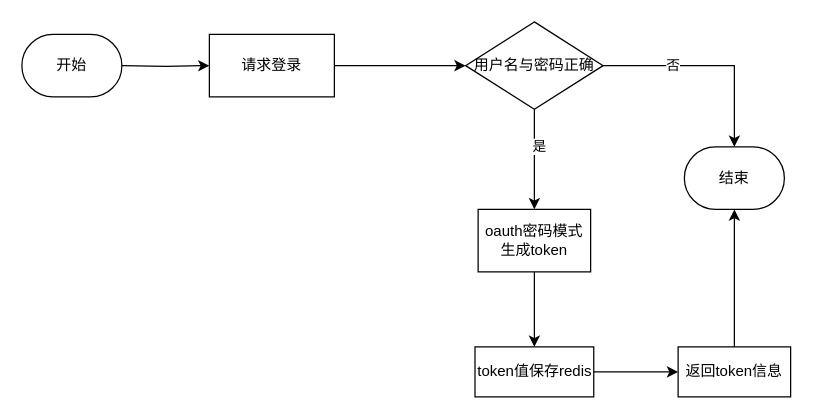
The draw.io diagram drawio/nct_oauth_arch.drawio in hl3482477/BigDataLearnIng, before the edit. Source tidied: cells renumbered, new cells numbered last; positions are measured from the earlier drawing's top-left corner, leaving out a move shared by most shapes. Both pictures are drawn from the tidied source at 125%, with x=0, y=0 at pixel (21, 21).
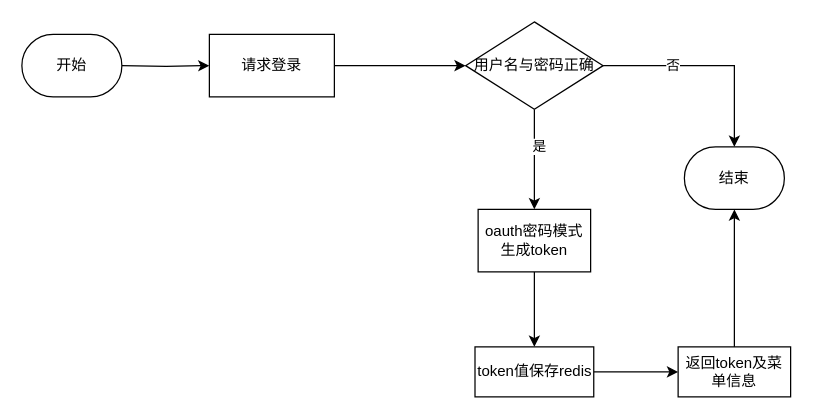
The same page after the edit.

What changed in the source:
```diff
@@
 <mxGraphModel>
   <root>
     <mxCell id="0" />
     <mxCell id="1" parent="0" />
     <mxCell id="2" style="edgeStyle=orthogonalEdgeStyle;rounded=0;jettySize=auto;html=1;exitX=1;exitY=0.5;exitDx=0;exitDy=0;exitPerimeter=0;entryX=0;entryY=0.5;entryDx=0;entryDy=0;" parent="1" edge="1" target="4">
       <mxGeometry relative="1" as="geometry">
         <mxPoint x="80" y="35" as="sourcePoint" />
       </mxGeometry>
     </mxCell>
     <mxCell id="3" style="edgeStyle=orthogonalEdgeStyle;rounded=0;jettySize=auto;html=1;" parent="1" edge="1" source="4" target="9">
       <mxGeometry relative="1" as="geometry" />
     </mxCell>
     <mxCell id="4" value="请求登录" style="rounded=0;whiteSpace=wrap;html=1;" parent="1" vertex="1">
       <mxGeometry x="150" y="10" width="100" height="50" as="geometry" />
     </mxCell>
     <mxCell id="5" style="edgeStyle=orthogonalEdgeStyle;rounded=0;jettySize=auto;html=1;exitX=1;exitY=0.5;exitDx=0;exitDy=0;entryX=0.5;entryY=0;entryDx=0;entryDy=0;" parent="1" edge="1" source="9" target="13">
       <mxGeometry relative="1" as="geometry" />
     </mxCell>
     <mxCell id="6" value="否" style="edgeLabel;html=1;align=center;verticalAlign=middle;" parent="5" vertex="1">
       <mxGeometry x="-0.35" y="1" relative="1" as="geometry" />
     </mxCell>
     <mxCell id="7" style="edgeStyle=orthogonalEdgeStyle;rounded=0;jettySize=auto;html=1;" parent="1" edge="1" source="9" target="11">
       <mxGeometry relative="1" as="geometry" />
     </mxCell>
     <mxCell id="8" value="是" style="edgeLabel;html=1;align=center;verticalAlign=middle;" parent="7" vertex="1">
       <mxGeometry x="-0.27" y="3" relative="1" as="geometry" />
     </mxCell>
     <mxCell id="9" value="用户名与密码正确" style="rhombus;whiteSpace=wrap;html=1;" parent="1" vertex="1">
       <mxGeometry x="355" width="110" height="70" as="geometry" />
     </mxCell>
     <mxCell id="10" style="edgeStyle=orthogonalEdgeStyle;rounded=0;jettySize=auto;html=1;" parent="1" edge="1" source="11">
       <mxGeometry relative="1" as="geometry">
         <mxPoint x="410" y="260" as="targetPoint" />
       </mxGeometry>
     </mxCell>
     <mxCell id="11" value="oauth密码模式生成token" style="rounded=0;whiteSpace=wrap;html=1;" parent="1" vertex="1">
       <mxGeometry x="365" y="150" width="90" height="50" as="geometry" />
     </mxCell>
     <mxCell id="12" value="开始" style="rounded=1;whiteSpace=wrap;html=1;arcSize=50;" parent="1" vertex="1">
       <mxGeometry y="10" width="80" height="50" as="geometry" />
     </mxCell>
     <mxCell id="13" value="结束" style="rounded=1;whiteSpace=wrap;html=1;arcSize=50;" parent="1" vertex="1">
       <mxGeometry x="530" y="100" width="80" height="50" as="geometry" />
     </mxCell>
     <mxCell id="14" style="edgeStyle=orthogonalEdgeStyle;rounded=0;jettySize=auto;html=1;exitX=1;exitY=0.5;exitDx=0;exitDy=0;entryX=0;entryY=0.5;entryDx=0;entryDy=0;" parent="1" edge="1" source="15" target="17">
       <mxGeometry relative="1" as="geometry" />
     </mxCell>
     <mxCell id="15" value="token值保存redis" style="rounded=0;whiteSpace=wrap;html=1;" parent="1" vertex="1">
       <mxGeometry x="362.5" y="260" width="95" height="40" as="geometry" />
     </mxCell>
     <mxCell id="16" style="edgeStyle=orthogonalEdgeStyle;rounded=0;jettySize=auto;html=1;exitX=0.5;exitY=0;exitDx=0;exitDy=0;" parent="1" edge="1" source="17" target="13">
       <mxGeometry relative="1" as="geometry" />
     </mxCell>
-    <mxCell id="17" value="返回token信息" style="rounded=0;whiteSpace=wrap;html=1;" parent="1" vertex="1">
+    <mxCell id="17" value="返回token及菜单信息" style="rounded=0;whiteSpace=wrap;html=1;" parent="1" vertex="1">
       <mxGeometry x="525" y="260" width="90" height="40" as="geometry" />
     </mxCell>
   </root>
 </mxGraphModel>
```
